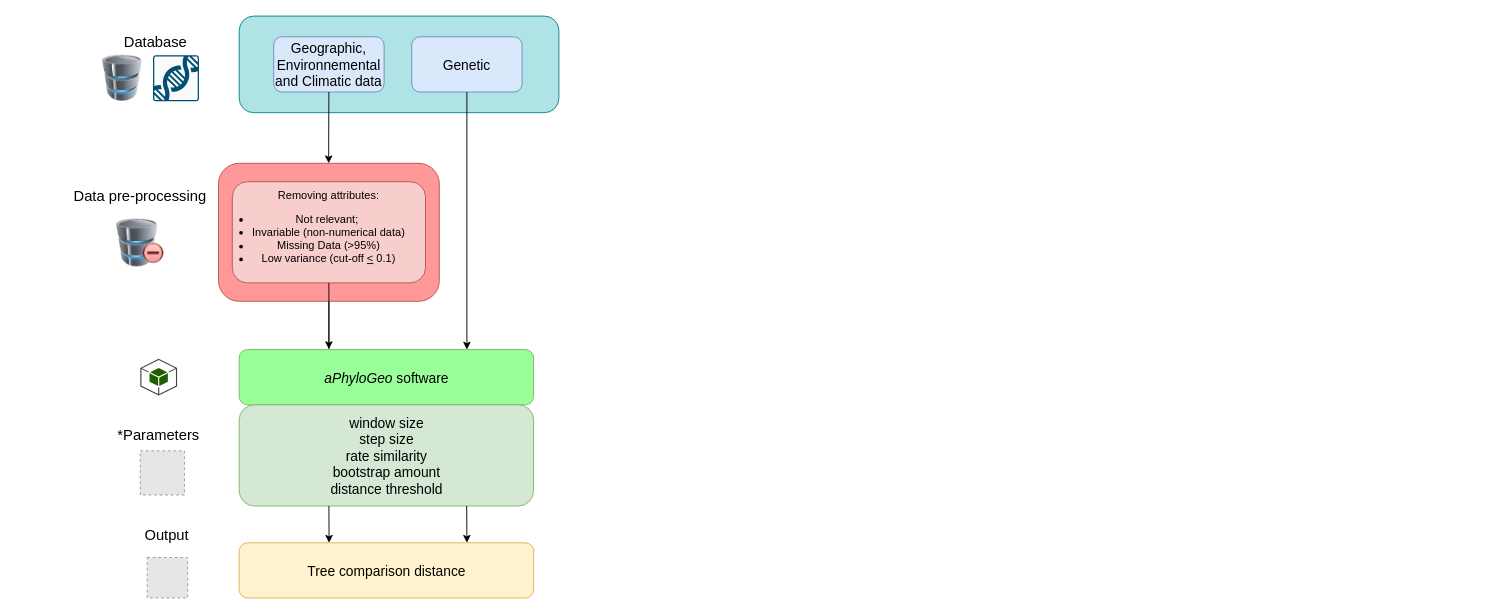
Before: papers/Gagnon_Kebe_Tahiri/diagram.drawio in scipy-conference/scipy_proceedings, a draw.io diagram. Source tidied: cells renumbered, new cells numbered last; positions are measured from the earlier drawing's top-left corner, leaving out a move shared by most shapes. Both pictures are drawn from the tidied source at 92%, with x=0, y=0 at pixel (71, 16). Pictures stored in the file or linked from it are replaced by grey dashed boxes.
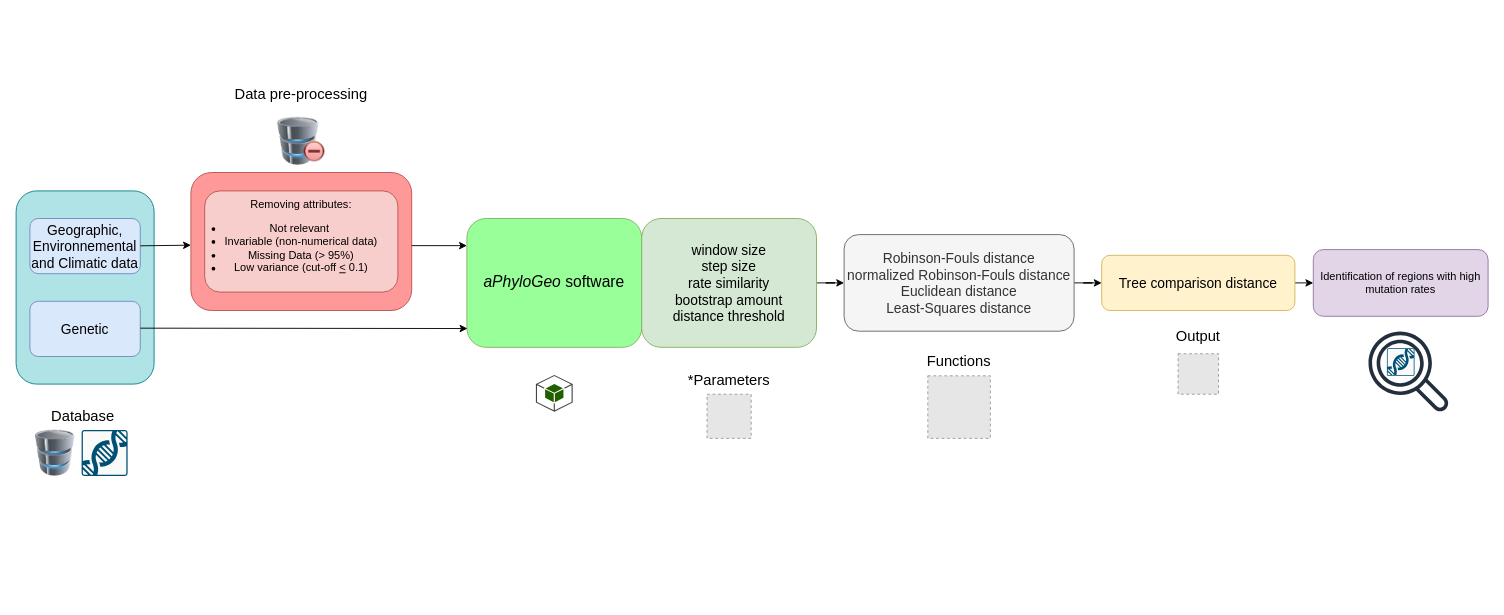
Above is the later version.

Commit message:
Mettre à jour diagram.drawio

What changed in the source:
```diff
@@
-    <mxCell id="2" style="edgeStyle=orthogonalEdgeStyle;rounded=0;jettySize=auto;html=1;fontFamily=Helvetica;fontSize=12;fontColor=default;" parent="1" edge="1" source="3" target="10">
-      <mxGeometry relative="1" as="geometry" />
-    </mxCell>
     <mxCell id="3" style="rounded=1;whiteSpace=wrap;html=1;fillColor=#FF9999;strokeColor=#b85450;arcSize=15;" parent="1" vertex="1">
-      <mxGeometry x="160" y="160" width="240" height="150" as="geometry" />
+      <mxGeometry x="130" y="170" width="240" height="150" as="geometry" />
     </mxCell>
     <mxCell id="4" style="rounded=1;whiteSpace=wrap;html=1;fillColor=#b0e3e6;strokeColor=#0e8088;" parent="1" vertex="1">
-      <mxGeometry x="182.5" width="347.5" height="105" as="geometry" />
+      <mxGeometry x="-60" y="190" width="150" height="210" as="geometry" />
     </mxCell>
     <mxCell id="5" value="&lt;font style=&quot;font-size: 15px;&quot;&gt;Geographic, Environnemental and Climatic data&lt;/font&gt;" style="rounded=1;whiteSpace=wrap;html=1;fillColor=#dae8fc;strokeColor=#6c8ebf;" parent="1" vertex="1">
-      <mxGeometry x="220" y="22.5" width="120" height="60" as="geometry" />
+      <mxGeometry x="-45" y="220" width="120" height="60" as="geometry" />
     </mxCell>
     <mxCell id="6" value="&lt;font style=&quot;font-size: 15px;&quot;&gt;Genetic&lt;/font&gt;" style="rounded=1;whiteSpace=wrap;html=1;fillColor=#dae8fc;strokeColor=#6c8ebf;" parent="1" vertex="1">
-      <mxGeometry x="370" y="22.5" width="120" height="60" as="geometry" />
+      <mxGeometry x="-45" y="310" width="120" height="60" as="geometry" />
     </mxCell>
-    <mxCell id="7" value="&lt;div style=&quot;&quot;&gt;&lt;span style=&quot;background-color: initial;&quot;&gt;Removing attributes:&lt;/span&gt;&lt;/div&gt;&lt;div&gt;&lt;ul style=&quot;margin-left: 0px; margin-top: 12px; padding-left: 0px;&quot;&gt;&lt;li style=&quot;&quot;&gt;Not relevant;&amp;nbsp;&lt;/li&gt;&lt;li&gt;Invariable (non-numerical data)&lt;/li&gt;&lt;li&gt;Missing Data (&amp;gt;95%)&lt;/li&gt;&lt;li&gt;Low variance (cut-off &lt;u&gt;&amp;lt;&lt;/u&gt; 0.1)&lt;/li&gt;&lt;/ul&gt;&lt;/div&gt;" style="rounded=1;whiteSpace=wrap;html=1;fillColor=#f8cecc;strokeColor=#b85450;align=center;" parent="1" vertex="1">
-      <mxGeometry x="175" y="180" width="210" height="110" as="geometry" />
+    <mxCell id="7" value="&lt;div style=&quot;&quot;&gt;&lt;span style=&quot;background-color: initial;&quot;&gt;Removing attributes:&lt;/span&gt;&lt;/div&gt;&lt;div&gt;&lt;ul style=&quot;margin-left: 0px; margin-top: 12px; padding-left: 0px;&quot;&gt;&lt;li style=&quot;&quot;&gt;Not relevant&amp;nbsp;&lt;/li&gt;&lt;li&gt;Invariable (non-numerical data)&lt;/li&gt;&lt;li&gt;Missing Data (&amp;gt; 95%)&lt;/li&gt;&lt;li&gt;Low variance (cut-off &lt;u&gt;&amp;lt;&lt;/u&gt; 0.1)&lt;/li&gt;&lt;/ul&gt;&lt;/div&gt;" style="rounded=1;whiteSpace=wrap;html=1;fillColor=#f8cecc;strokeColor=#b85450;align=center;" parent="1" vertex="1">
+      <mxGeometry x="145" y="190" width="210" height="110" as="geometry" />
     </mxCell>
-    <mxCell id="8" value="&lt;font style=&quot;font-size: 15px;&quot;&gt;&lt;i&gt;aPhyloGeo&lt;/i&gt; software&lt;/font&gt;" style="rounded=1;whiteSpace=wrap;html=1;fillColor=#99FF99;strokeColor=#82b366;" parent="1" vertex="1">
-      <mxGeometry x="182.5" y="362.5" width="320" height="60" as="geometry" />
+    <mxCell id="8" value="&lt;font style=&quot;font-size: 17px;&quot;&gt;&lt;i&gt;aPhyloGeo&lt;/i&gt; software&lt;/font&gt;" style="rounded=1;whiteSpace=wrap;html=1;fillColor=#99FF99;strokeColor=#82b366;" parent="1" vertex="1">
+      <mxGeometry x="430" y="220" width="190" height="140" as="geometry" />
     </mxCell>
-    <mxCell id="9" style="endArrow=classic;html=1;rounded=0;entryX=0.75;entryY=0;entryDx=0;entryDy=0;exitX=0.625;exitY=1;exitDx=0;exitDy=0;exitPerimeter=0;" parent="1" edge="1">
+    <mxCell id="9" style="endArrow=classic;html=1;rounded=0;entryX=0.003;entryY=0.854;entryDx=0;entryDy=0;entryPerimeter=0;" parent="1" edge="1">
       <mxGeometry relative="1" as="geometry">
-        <mxPoint x="430" y="82.5" as="sourcePoint" />
-        <mxPoint x="430" y="362.5" as="targetPoint" />
+        <mxPoint x="75" y="339.2" as="sourcePoint" />
+        <mxPoint x="430.6" y="339.6" as="targetPoint" />
       </mxGeometry>
     </mxCell>
+    <mxCell id="26" style="edgeStyle=orthogonalEdgeStyle;rounded=0;jettySize=auto;html=1;" parent="1" edge="1" source="10" target="29">
+      <mxGeometry relative="1" as="geometry" />
+    </mxCell>
     <mxCell id="10" value="&lt;div style=&quot;margin-top: 0px; margin-bottom: 0px; padding-left: 0px; padding-right: 0px;&quot;&gt;&lt;span style=&quot;background-color: initial; font-size: 15px;&quot;&gt;window size&lt;br&gt;&lt;/span&gt;&lt;span style=&quot;background-color: initial; font-size: 15px;&quot;&gt;step size&lt;br&gt;&lt;/span&gt;&lt;span style=&quot;background-color: initial; font-size: 15px;&quot;&gt;rate similarity&lt;/span&gt;&lt;br style=&quot;font-size: 16px;&quot;&gt;&lt;span style=&quot;background-color: initial; font-size: 15px;&quot;&gt;bootstrap amount&lt;/span&gt;&lt;br style=&quot;font-size: 16px;&quot;&gt;&lt;span style=&quot;background-color: initial; font-size: 15px;&quot;&gt;distance threshold&lt;/span&gt;&lt;br&gt;&lt;/div&gt;" style="rounded=1;whiteSpace=wrap;html=1;align=center;fillColor=#d5e8d4;strokeColor=#82b366;" parent="1" vertex="1">
-      <mxGeometry x="182.5" y="422.5" width="320" height="110" as="geometry" />
+      <mxGeometry x="620" y="220" width="190" height="140" as="geometry" />
     </mxCell>
-    <mxCell id="11" style="endArrow=classic;html=1;rounded=0;entryX=0.32;entryY=-0.031;entryDx=0;entryDy=0;entryPerimeter=0;exitX=0.5;exitY=1;exitDx=0;exitDy=0;" parent="1" edge="1">
-      <mxGeometry relative="1" as="geometry">
-        <mxPoint x="280" y="532.5" as="sourcePoint" />
-        <mxPoint x="280.2" y="572.5" as="targetPoint" />
-      </mxGeometry>
-    </mxCell>
-    <mxCell id="12" style="endArrow=classic;html=1;rounded=0;entryX=0.32;entryY=-0.031;entryDx=0;entryDy=0;entryPerimeter=0;exitX=0.5;exitY=1;exitDx=0;exitDy=0;" parent="1" edge="1">
-      <mxGeometry relative="1" as="geometry">
-        <mxPoint x="429.8" y="532.5" as="sourcePoint" />
-        <mxPoint x="430" y="572.5" as="targetPoint" />
-      </mxGeometry>
-    </mxCell>
+    <mxCell id="27" style="edgeStyle=orthogonalEdgeStyle;rounded=0;jettySize=auto;html=1;" parent="1" edge="1" source="13" target="32">
+      <mxGeometry relative="1" as="geometry" />
+    </mxCell>
     <mxCell id="13" value="&lt;font style=&quot;font-size: 15px;&quot;&gt;Tree comparison distance&lt;/font&gt;" style="rounded=1;whiteSpace=wrap;html=1;fillColor=#fff2cc;strokeColor=#d6b656;" parent="1" vertex="1">
-      <mxGeometry x="182.5" y="572.5" width="320" height="60" as="geometry" />
+      <mxGeometry x="1120" y="260" width="210" height="60" as="geometry" />
     </mxCell>
     <mxCell id="14" value="Database&amp;nbsp;" style="text;html=1;align=center;verticalAlign=middle;whiteSpace=wrap;rounded=0;fontSize=16;" parent="1" vertex="1">
-      <mxGeometry x="64.2" y="12.5" width="60" height="30" as="geometry" />
+      <mxGeometry x="-15" y="420" width="60" height="30" as="geometry" />
     </mxCell>
     <mxCell id="15" value="Data pre-processing" style="text;html=1;align=center;verticalAlign=middle;whiteSpace=wrap;rounded=0;fontSize=16;" parent="1" vertex="1">
-      <mxGeometry y="170.5" width="150" height="50" as="geometry" />
+      <mxGeometry x="175" y="60" width="150" height="50" as="geometry" />
     </mxCell>
     <mxCell id="16" value="Output" style="text;html=1;align=center;verticalAlign=middle;whiteSpace=wrap;rounded=0;fontSize=16;" parent="1" vertex="1">
-      <mxGeometry x="75" y="538.5" width="57.5" height="50" as="geometry" />
+      <mxGeometry x="1196.2" y="323" width="57.5" height="50" as="geometry" />
     </mxCell>
     <mxCell id="17" value="*Parameters" style="text;html=1;align=center;verticalAlign=middle;whiteSpace=wrap;rounded=0;fontSize=16;" parent="1" vertex="1">
-      <mxGeometry x="51.2" y="429.5" width="87.5" height="50" as="geometry" />
+      <mxGeometry x="671.2" y="370" width="87.5" height="50" as="geometry" />
     </mxCell>
     <mxCell id="18" style="image;html=1;image=img/lib/clip_art/computers/Database_Minus_128x128.png;" parent="1" vertex="1">
-      <mxGeometry x="45.8" y="220.5" width="58.5" height="52" as="geometry" />
+      <mxGeometry x="220.8" y="110" width="58.5" height="52" as="geometry" />
     </mxCell>
     <mxCell id="19" style="image;html=1;image=img/lib/clip_art/computers/Database_128x128.png;" parent="1" vertex="1">
-      <mxGeometry x="29" y="42.5" width="53.5" height="50" as="geometry" />
+      <mxGeometry x="-45" y="450" width="55" height="50" as="geometry" />
     </mxCell>
     <mxCell id="20" style="dashed=0;verticalLabelPosition=bottom;verticalAlign=top;align=center;html=1;shape=mxgraph.aws3.android;fillColor=#205E00;gradientColor=none;" parent="1" vertex="1">
-      <mxGeometry x="75" y="372.5" width="40" height="40" as="geometry" />
+      <mxGeometry x="505" y="390" width="40" height="40" as="geometry" />
     </mxCell>
     <mxCell id="21" style="fillColor=#E6E6E6;strokeColor=#999999;dashed=1;html=1;verticalAlign=top;verticalLabelPosition=bottom;labelBackgroundColor=#ffffff;" parent="1" vertex="1">
-      <mxGeometry x="75" y="472.5" width="48" height="48" as="geometry" />
+      <mxGeometry x="691" y="411" width="48" height="48" as="geometry" />
     </mxCell>
     <mxCell id="22" style="fillColor=#E6E6E6;strokeColor=#999999;dashed=1;html=1;verticalAlign=top;verticalLabelPosition=bottom;labelBackgroundColor=#ffffff;" parent="1" vertex="1">
-      <mxGeometry x="82.5" y="588.5" width="44" height="44" as="geometry" />
+      <mxGeometry x="1203" y="367" width="44" height="44" as="geometry" />
     </mxCell>
     <mxCell id="23" style="sketch=0;verticalLabelPosition=bottom;html=1;verticalAlign=top;align=center;shape=mxgraph.cisco19.rect;prIcon=cisco_dna_center;fillColor=#FAFAFA;strokeColor=#005073;" parent="1" vertex="1">
-      <mxGeometry x="88.8" y="42.5" width="50" height="50" as="geometry" />
+      <mxGeometry x="11.2" y="450" width="50" height="50" as="geometry" />
     </mxCell>
-    <mxCell id="24" style="endArrow=classic;html=1;rounded=0;exitX=0.5;exitY=1;exitDx=0;exitDy=0;" parent="1" edge="1" source="7">
-      <mxGeometry relative="1" as="geometry">
-        <mxPoint x="280" y="362" as="targetPoint" />
-        <Array as="points">
-          <mxPoint x="280" y="330" />
-        </Array>
-      </mxGeometry>
-    </mxCell>
-    <mxCell id="25" style="endArrow=classic;html=1;rounded=0;exitX=0.5;exitY=1;exitDx=0;exitDy=0;" parent="1" edge="1" source="5">
-      <mxGeometry relative="1" as="geometry">
-        <mxPoint x="279.8" y="160" as="targetPoint" />
-        <Array as="points">
-          <mxPoint x="279.8" y="128" />
-        </Array>
-      </mxGeometry>
-    </mxCell>
+    <mxCell id="28" style="edgeStyle=orthogonalEdgeStyle;rounded=0;jettySize=auto;html=1;" parent="1" edge="1" source="29" target="13">
+      <mxGeometry relative="1" as="geometry" />
+    </mxCell>
+    <mxCell id="29" value="&lt;div style=&quot;margin-top: 0px; margin-bottom: 0px; padding-left: 0px; padding-right: 0px;&quot;&gt;&lt;span style=&quot;background-color: initial; font-size: 15px;&quot;&gt;Robinson-Fouls distance&lt;br&gt;&lt;/span&gt;&lt;span style=&quot;background-color: initial; font-size: 15px;&quot;&gt;normalized Robinson-Fouls distance&lt;br&gt;&lt;/span&gt;&lt;span style=&quot;font-size: 15px;&quot;&gt;Euclidean distance&lt;/span&gt;&lt;br style=&quot;font-size: 16px;&quot;&gt;&lt;span style=&quot;font-size: 15px;&quot;&gt;Least-Squares distance&lt;/span&gt;&lt;/div&gt;" style="rounded=1;whiteSpace=wrap;html=1;align=center;fillColor=#f5f5f5;strokeColor=#666666;fontColor=#333333;" parent="1" vertex="1">
+      <mxGeometry x="840" y="237.5" width="250" height="105" as="geometry" />
+    </mxCell>
+    <mxCell id="30" style="endArrow=classic;html=1;rounded=0;exitX=1;exitY=0.5;exitDx=0;exitDy=0;" parent="1" edge="1">
+      <mxGeometry relative="1" as="geometry">
+        <mxPoint x="75" y="249.7" as="sourcePoint" />
+        <mxPoint x="130" y="249" as="targetPoint" />
+      </mxGeometry>
+    </mxCell>
+    <mxCell id="31" style="endArrow=classic;html=1;rounded=0;exitX=1;exitY=0.5;exitDx=0;exitDy=0;" parent="1" edge="1">
+      <mxGeometry relative="1" as="geometry">
+        <mxPoint x="370" y="249.5" as="sourcePoint" />
+        <mxPoint x="430" y="249.5" as="targetPoint" />
+      </mxGeometry>
+    </mxCell>
+    <mxCell id="32" value="Identification of regions with high mutation rates" style="rounded=1;whiteSpace=wrap;html=1;align=center;fillColor=#e1d5e7;strokeColor=#9673a6;" parent="1" vertex="1">
+      <mxGeometry x="1350" y="253.8" width="190" height="72.5" as="geometry" />
+    </mxCell>
+    <mxCell id="33" value="Functions" style="text;html=1;align=center;verticalAlign=middle;whiteSpace=wrap;rounded=0;fontSize=16;" parent="1" vertex="1">
+      <mxGeometry x="921.2" y="350" width="87.5" height="50" as="geometry" />
+    </mxCell>
+    <mxCell id="34" style="fillColor=#E6E6E6;strokeColor=#999999;dashed=1;html=1;verticalAlign=top;verticalLabelPosition=bottom;labelBackgroundColor=#ffffff;" parent="1" vertex="1">
+      <mxGeometry x="931" y="391" width="68" height="68" as="geometry" />
+    </mxCell>
+    <mxCell id="35" style="sketch=0;verticalLabelPosition=bottom;html=1;verticalAlign=top;align=center;shape=mxgraph.cisco19.rect;prIcon=cisco_dna_center;fillColor=#FAFAFA;strokeColor=#005073;" parent="1" vertex="1">
+      <mxGeometry x="1430" y="361" width="30" height="30" as="geometry" />
+    </mxCell>
+    <mxCell id="36" style="sketch=0;fontColor=#232F3E;gradientColor=none;fillColor=#232F3D;strokeColor=none;dashed=0;verticalLabelPosition=bottom;verticalAlign=top;align=center;html=1;fontSize=12;fontStyle=0;shape=mxgraph.aws4.magnifying_glass_2;" parent="1" vertex="1">
+      <mxGeometry x="1410" y="342.5" width="87.5" height="87.5" as="geometry" />
+    </mxCell>
```
